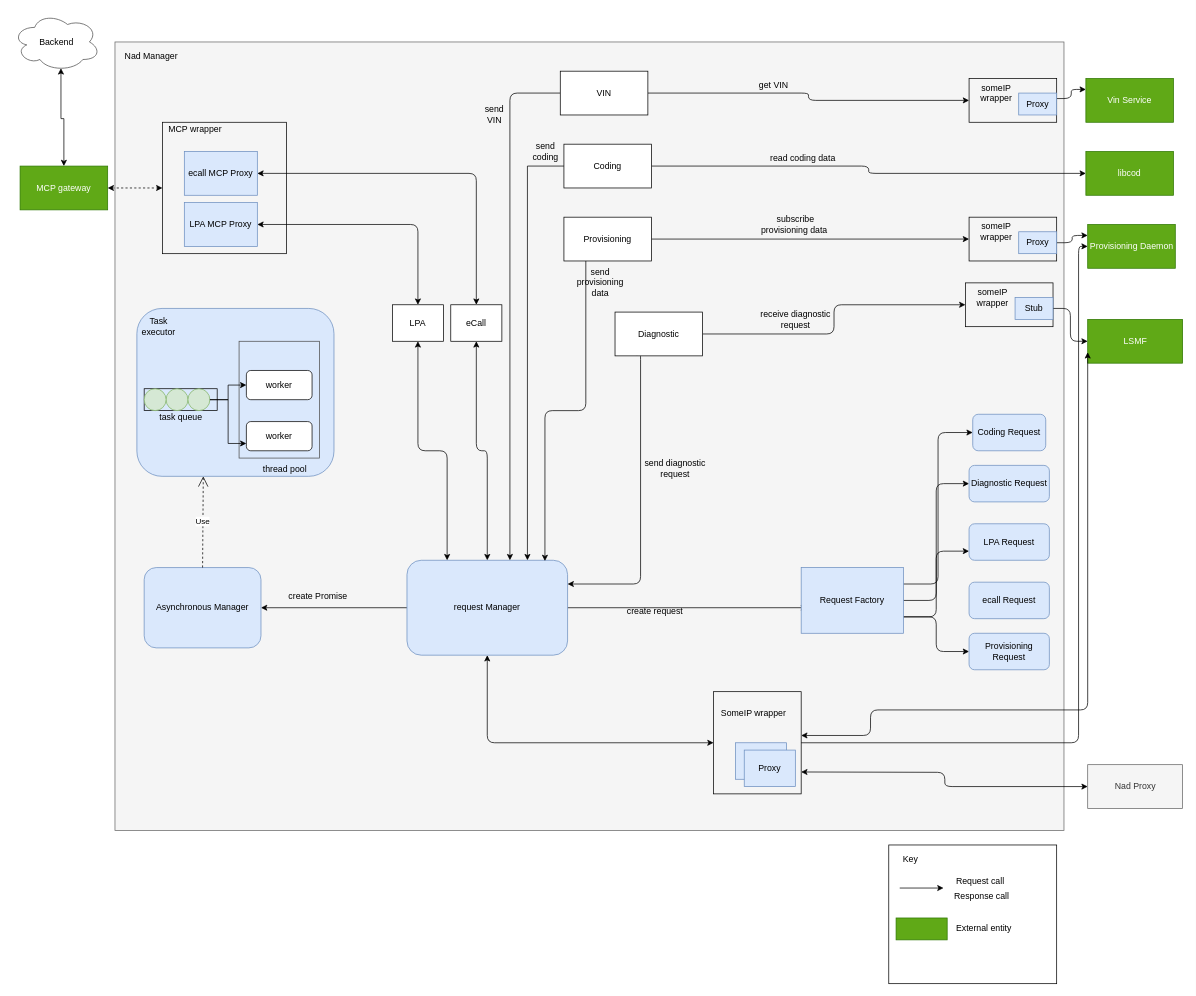
The draw.io diagram page "dynamic" (4 of 4) of doc/SA cert/Design/nadmanager.drawio in taikt/codefun, before the edit. Source tidied: cells renumbered, new cells numbered last; positions are measured from the earlier drawing's top-left corner, leaving out a move shared by most shapes. Both pictures are drawn from the tidied source at 73%, with x=0, y=0 at pixel (12, 12).
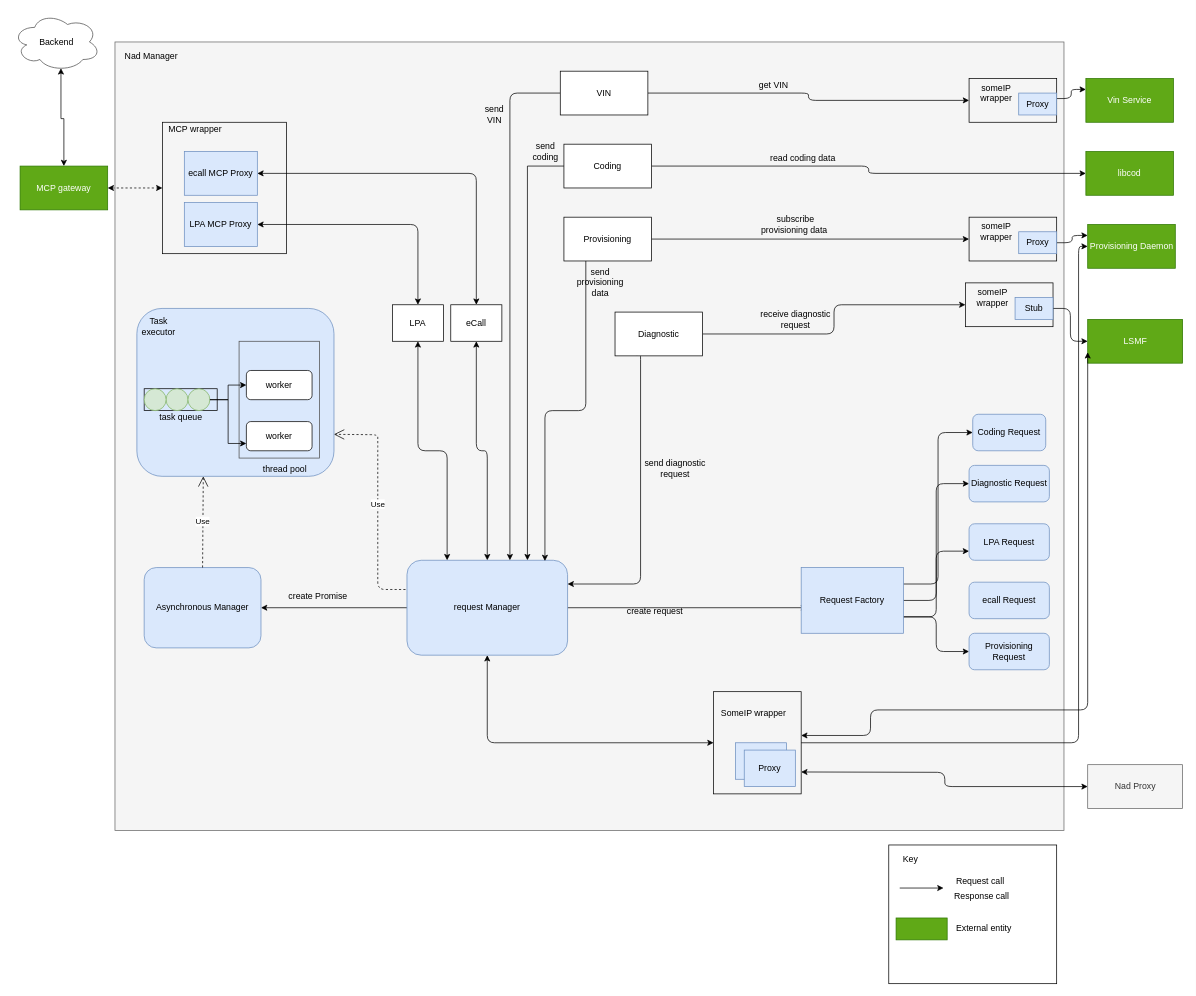
Above is the later version.

The change refers to these unchanged cells:
```xml
<mxCell id="15" value="request Manager" style="rounded=1;whiteSpace=wrap;html=1;fillColor=#dae8fc;strokeColor=#6c8ebf;" parent="1" vertex="1">
  <mxGeometry x="540" y="750" width="220" height="130" as="geometry" />
</mxCell>
<mxCell id="21" style="rounded=1;whiteSpace=wrap;html=1;fillColor=#dae8fc;strokeColor=#6c8ebf;" parent="1" vertex="1">
  <mxGeometry x="170" y="405" width="270" height="230" as="geometry" />
</mxCell>
```

The edit, as a diff of the source:
```diff
@@
+    <mxCell id="104" value="Use" style="endArrow=open;endSize=12;dashed=1;html=1;exitX=-0.009;exitY=0.308;exitDx=0;exitDy=0;entryX=1;entryY=0.75;entryDx=0;entryDy=0;exitPerimeter=0;" parent="1" edge="1" source="15" target="21">
+      <mxGeometry relative="1" as="geometry">
+        <Array as="points">
+          <mxPoint x="500" y="790" />
+          <mxPoint x="500" y="740" />
+          <mxPoint x="500" y="590" />
+          <mxPoint x="500" y="578" />
+        </Array>
+      </mxGeometry>
+    </mxCell>
```
